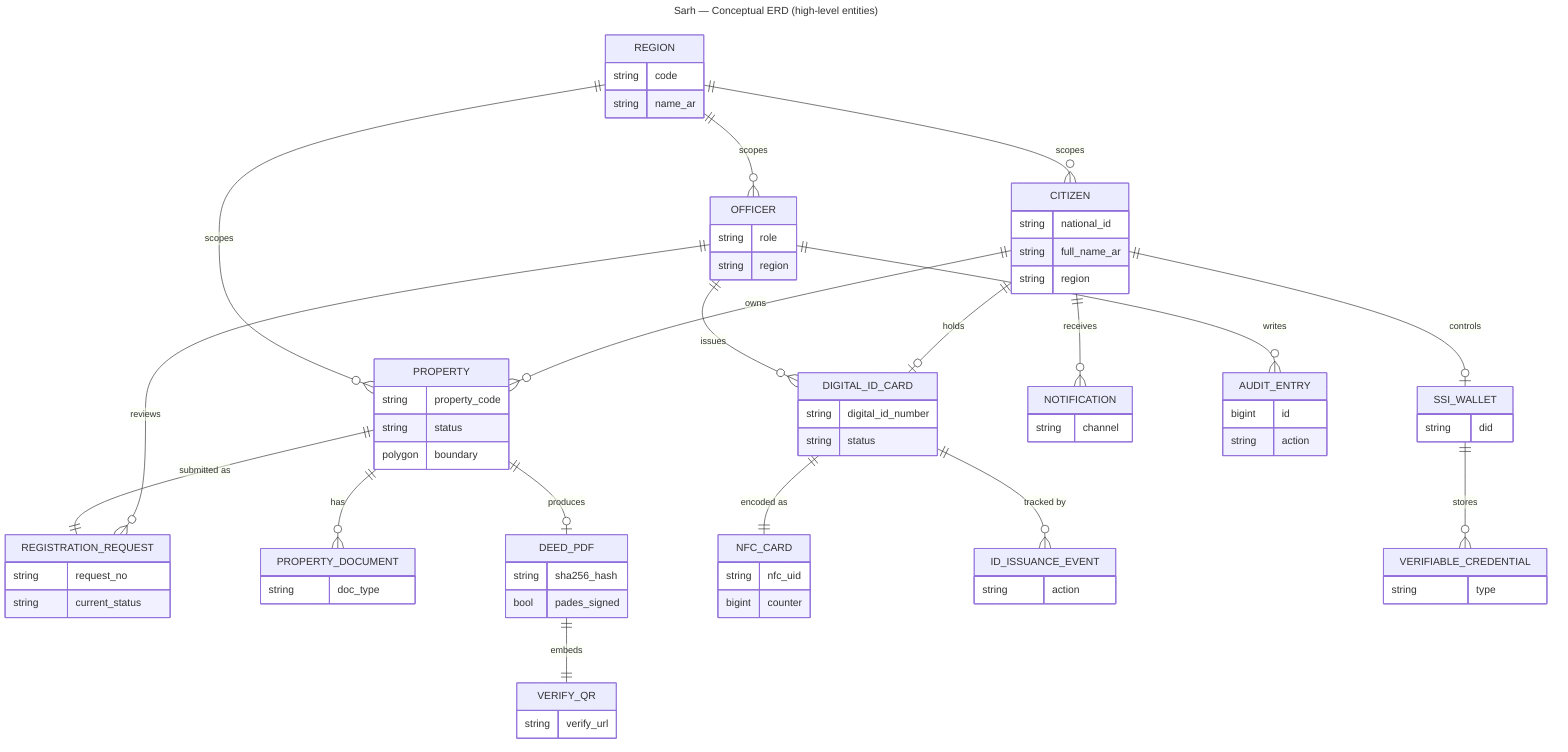
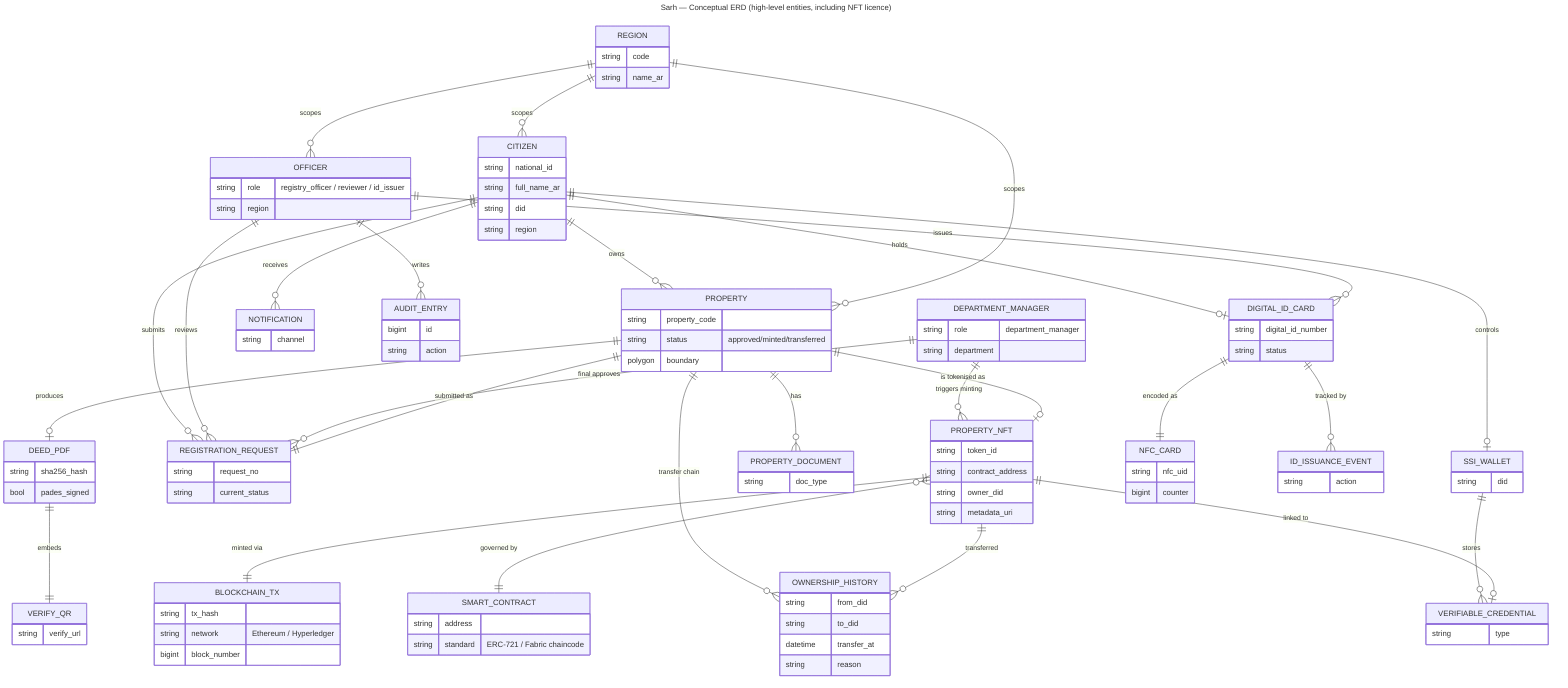
---
- title: Sarh — Conceptual ERD (high-level entities)
+ title: Sarh — Conceptual ERD (high-level entities, including NFT licence)
---
erDiagram
    CITIZEN ||--o{ PROPERTY : "owns"
    CITIZEN ||--o| DIGITAL_ID_CARD : "holds"
    CITIZEN ||--o| SSI_WALLET : "controls"
    CITIZEN ||--o{ NOTIFICATION : "receives"
+     CITIZEN ||--o{ REGISTRATION_REQUEST : "submits"
+ 
    OFFICER ||--o{ REGISTRATION_REQUEST : "reviews"
    OFFICER ||--o{ DIGITAL_ID_CARD : "issues"
    OFFICER ||--o{ AUDIT_ENTRY : "writes"
+ 
+     DEPARTMENT_MANAGER ||--o{ REGISTRATION_REQUEST : "final approves"
+     DEPARTMENT_MANAGER ||--o{ PROPERTY_NFT : "triggers minting"
+ 
    PROPERTY ||--|| REGISTRATION_REQUEST : "submitted as"
    PROPERTY ||--o{ PROPERTY_DOCUMENT : "has"
    PROPERTY ||--o| DEED_PDF : "produces"
+     PROPERTY ||--o| PROPERTY_NFT : "is tokenised as"
+     PROPERTY ||--o{ OWNERSHIP_HISTORY : "transfer chain"
+ 
+     PROPERTY_NFT ||--|| BLOCKCHAIN_TX : "minted via"
+     PROPERTY_NFT }o--|| SMART_CONTRACT : "governed by"
+     PROPERTY_NFT ||--o{ OWNERSHIP_HISTORY : "transferred"
+ 
    DEED_PDF ||--|| VERIFY_QR : "embeds"
    DIGITAL_ID_CARD ||--|| NFC_CARD : "encoded as"
    DIGITAL_ID_CARD ||--o{ ID_ISSUANCE_EVENT : "tracked by"
    SSI_WALLET ||--o{ VERIFIABLE_CREDENTIAL : "stores"
+     PROPERTY_NFT ||--o| VERIFIABLE_CREDENTIAL : "linked to"
+ 
    REGION ||--o{ CITIZEN : "scopes"
    REGION ||--o{ PROPERTY : "scopes"
    REGION ||--o{ OFFICER : "scopes"

    CITIZEN {
        string national_id
        string full_name_ar
+         string did
        string region
    }
    OFFICER {
-         string role
+         string role "registry_officer / reviewer / id_issuer"
        string region
+     }
+     DEPARTMENT_MANAGER {
+         string role "department_manager"
+         string department
    }
    PROPERTY {
        string property_code
-         string status
+         string status "approved/minted/transferred"
        polygon boundary
    }
    REGISTRATION_REQUEST {
        string request_no
        string current_status
+     }
+     PROPERTY_NFT {
+         string token_id
+         string contract_address
+         string owner_did
+         string metadata_uri
+     }
+     BLOCKCHAIN_TX {
+         string tx_hash
+         string network "Ethereum / Hyperledger"
+         bigint block_number
+     }
+     SMART_CONTRACT {
+         string address
+         string standard "ERC-721 / Fabric chaincode"
+     }
+     OWNERSHIP_HISTORY {
+         string from_did
+         string to_did
+         datetime transfer_at
+         string reason
    }
    DIGITAL_ID_CARD {
        string digital_id_number
        string status
    }
    NFC_CARD {
        string nfc_uid
        bigint counter
    }
    SSI_WALLET {
        string did
    }
    VERIFIABLE_CREDENTIAL {
        string type
    }
    DEED_PDF {
        string sha256_hash
        bool pades_signed
    }
    VERIFY_QR {
        string verify_url
    }
    REGION {
        string code
        string name_ar
    }
    PROPERTY_DOCUMENT {
        string doc_type
    }
    ID_ISSUANCE_EVENT {
        string action
    }
    NOTIFICATION {
        string channel
    }
    AUDIT_ENTRY {
        bigint id
        string action
    }
